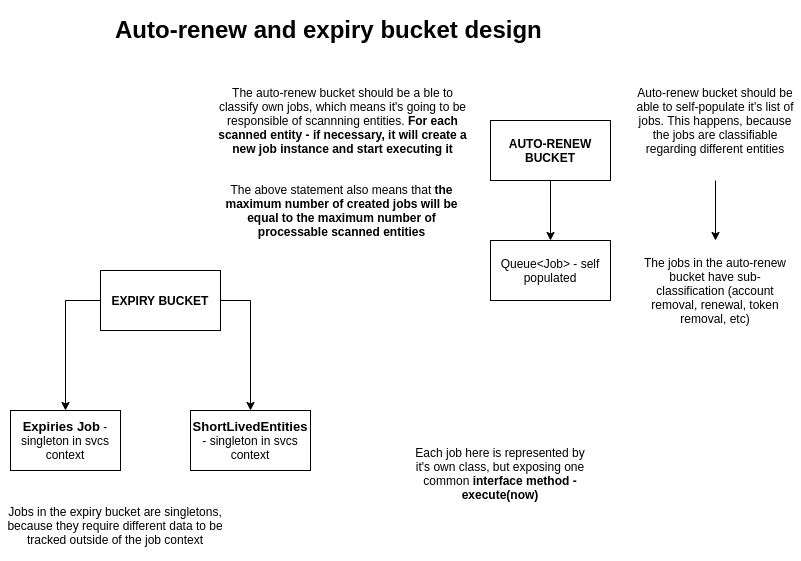
The draw.io diagram docs/expiry-and-auto-renewal/images/buckets_design.png in hashgraph/hedera-services, before a commit. Source tidied: cells renumbered, new cells last; positions are measured from the earlier drawing's top-left corner, leaving out a move shared by most shapes. The source it was exported from:
```xml
<mxGraphModel background="#ffffff">
  <root>
    <mxCell id="0" />
    <mxCell id="1" parent="0" />
    <mxCell id="2" value="&lt;h1&gt;Auto-renew and expiry bucket design&lt;/h1&gt;" style="text;html=1;strokeColor=none;fillColor=none;spacing=5;spacingTop=-20;whiteSpace=wrap;overflow=hidden;rounded=0;" parent="1" vertex="1">
      <mxGeometry x="110" width="490" height="40" as="geometry" />
    </mxCell>
    <mxCell id="3" style="edgeStyle=orthogonalEdgeStyle;rounded=0;jettySize=auto;html=1;exitX=0;exitY=0.5;exitDx=0;exitDy=0;" parent="1" edge="1" source="5" target="6">
      <mxGeometry relative="1" as="geometry" />
    </mxCell>
    <mxCell id="4" style="edgeStyle=orthogonalEdgeStyle;rounded=0;jettySize=auto;html=1;exitX=1;exitY=0.5;exitDx=0;exitDy=0;" parent="1" edge="1" source="5" target="7">
      <mxGeometry relative="1" as="geometry" />
    </mxCell>
    <mxCell id="5" value="&lt;b&gt;EXPIRY BUCKET&lt;/b&gt;" style="rounded=0;whiteSpace=wrap;html=1;" parent="1" vertex="1">
      <mxGeometry x="100" y="260" width="120" height="60" as="geometry" />
    </mxCell>
    <mxCell id="6" value="&lt;font style=&quot;font-size: 13px&quot;&gt;&lt;b&gt;Expiries Job&lt;/b&gt;&lt;/font&gt; - singleton in svcs context" style="rounded=0;whiteSpace=wrap;html=1;" parent="1" vertex="1">
      <mxGeometry x="10" y="400" width="110" height="60" as="geometry" />
    </mxCell>
    <mxCell id="7" value="&lt;b&gt;&lt;font style=&quot;font-size: 13px&quot;&gt;ShortLivedEntities&lt;/font&gt;&lt;/b&gt; - singleton in svcs context" style="whiteSpace=wrap;html=1;rounded=0;" parent="1" vertex="1">
      <mxGeometry x="190" y="400" width="120" height="60" as="geometry" />
    </mxCell>
    <mxCell id="8" style="edgeStyle=orthogonalEdgeStyle;rounded=0;jettySize=auto;html=1;" parent="1" edge="1" source="9" target="10">
      <mxGeometry relative="1" as="geometry" />
    </mxCell>
    <mxCell id="9" value="&lt;b&gt;AUTO-RENEW BUCKET&lt;/b&gt;" style="rounded=0;whiteSpace=wrap;html=1;" parent="1" vertex="1">
      <mxGeometry x="490" y="110" width="120" height="60" as="geometry" />
    </mxCell>
    <mxCell id="10" value="Queue&amp;lt;Job&amp;gt; - self populated" style="rounded=0;whiteSpace=wrap;html=1;" parent="1" vertex="1">
      <mxGeometry x="490" y="230" width="120" height="60" as="geometry" />
    </mxCell>
    <mxCell id="11" value="The jobs in the auto-renew bucket have sub-classification (account removal, renewal, token removal, etc)" style="text;html=1;strokeColor=none;fillColor=none;align=center;verticalAlign=middle;whiteSpace=wrap;rounded=0;" parent="1" vertex="1">
      <mxGeometry x="640" y="230" width="150" height="100" as="geometry" />
    </mxCell>
    <mxCell id="12" style="edgeStyle=orthogonalEdgeStyle;rounded=0;jettySize=auto;html=1;" parent="1" edge="1" source="13" target="11">
      <mxGeometry relative="1" as="geometry" />
    </mxCell>
    <mxCell id="13" value="Auto-renew bucket should be able to self-populate it's list of jobs. This happens, because the jobs are classifiable regarding different entities" style="text;html=1;strokeColor=none;fillColor=none;align=center;verticalAlign=middle;whiteSpace=wrap;rounded=0;" parent="1" vertex="1">
      <mxGeometry x="630" y="50" width="170" height="120" as="geometry" />
    </mxCell>
    <mxCell id="14" value="The auto-renew bucket should be a ble to classify own jobs, which means it's going to be responsible of scannning entities. &lt;b&gt;For each scanned entity - if necessary, it will create a new job instance and start executing it&lt;/b&gt;" style="text;html=1;strokeColor=none;fillColor=none;align=center;verticalAlign=middle;whiteSpace=wrap;rounded=0;" parent="1" vertex="1">
      <mxGeometry x="210" y="70" width="265" height="80" as="geometry" />
    </mxCell>
    <mxCell id="15" value="Jobs in the expiry bucket are singletons, because they require different data to be tracked outside of the job context" style="text;html=1;strokeColor=none;fillColor=none;align=center;verticalAlign=middle;whiteSpace=wrap;rounded=0;" parent="1" vertex="1">
      <mxGeometry y="480" width="230" height="70" as="geometry" />
    </mxCell>
    <mxCell id="16" value="Each job here is represented by it's own class, but exposing one common &lt;b&gt;interface method - еxecute(now)&lt;/b&gt;" style="text;html=1;strokeColor=none;fillColor=none;align=center;verticalAlign=middle;whiteSpace=wrap;rounded=0;" parent="1" vertex="1">
      <mxGeometry x="410" y="400" width="180" height="125" as="geometry" />
    </mxCell>
    <mxCell id="17" value="The above statement also means that &lt;b&gt;the maximum number of created jobs will be equal to the maximum number of processable scanned entities&lt;/b&gt;" style="text;html=1;strokeColor=none;fillColor=none;align=center;verticalAlign=middle;whiteSpace=wrap;rounded=0;" parent="1" vertex="1">
      <mxGeometry x="210" y="170" width="262.5" height="60" as="geometry" />
    </mxCell>
  </root>
</mxGraphModel>
```
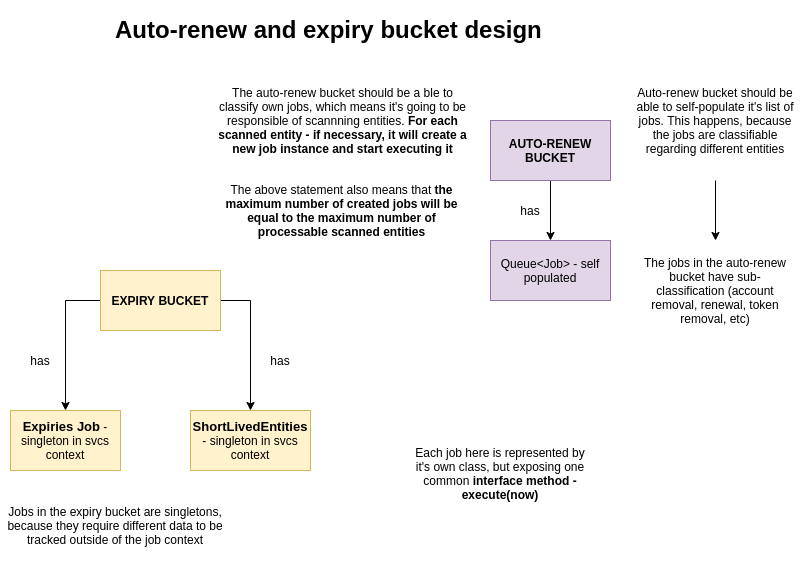
The same file after the commit.

What changed in the source:
```diff
@@ -11,22 +11,22 @@
     <mxCell id="4" style="edgeStyle=orthogonalEdgeStyle;rounded=0;jettySize=auto;html=1;exitX=1;exitY=0.5;exitDx=0;exitDy=0;" parent="1" edge="1" source="5" target="7">
       <mxGeometry relative="1" as="geometry" />
     </mxCell>
-    <mxCell id="5" value="&lt;b&gt;EXPIRY BUCKET&lt;/b&gt;" style="rounded=0;whiteSpace=wrap;html=1;" parent="1" vertex="1">
+    <mxCell id="5" value="&lt;b&gt;EXPIRY BUCKET&lt;/b&gt;" style="rounded=0;whiteSpace=wrap;html=1;fillColor=#fff2cc;strokeColor=#d6b656;" parent="1" vertex="1">
       <mxGeometry x="100" y="260" width="120" height="60" as="geometry" />
     </mxCell>
-    <mxCell id="6" value="&lt;font style=&quot;font-size: 13px&quot;&gt;&lt;b&gt;Expiries Job&lt;/b&gt;&lt;/font&gt; - singleton in svcs context" style="rounded=0;whiteSpace=wrap;html=1;" parent="1" vertex="1">
+    <mxCell id="6" value="&lt;font style=&quot;font-size: 13px&quot;&gt;&lt;b&gt;Expiries Job&lt;/b&gt;&lt;/font&gt; - singleton in svcs context" style="rounded=0;whiteSpace=wrap;html=1;fillColor=#fff2cc;strokeColor=#d6b656;" parent="1" vertex="1">
       <mxGeometry x="10" y="400" width="110" height="60" as="geometry" />
     </mxCell>
-    <mxCell id="7" value="&lt;b&gt;&lt;font style=&quot;font-size: 13px&quot;&gt;ShortLivedEntities&lt;/font&gt;&lt;/b&gt; - singleton in svcs context" style="whiteSpace=wrap;html=1;rounded=0;" parent="1" vertex="1">
+    <mxCell id="7" value="&lt;b&gt;&lt;font style=&quot;font-size: 13px&quot;&gt;ShortLivedEntities&lt;/font&gt;&lt;/b&gt; - singleton in svcs context" style="whiteSpace=wrap;html=1;rounded=0;fillColor=#fff2cc;strokeColor=#d6b656;" parent="1" vertex="1">
       <mxGeometry x="190" y="400" width="120" height="60" as="geometry" />
     </mxCell>
     <mxCell id="8" style="edgeStyle=orthogonalEdgeStyle;rounded=0;jettySize=auto;html=1;" parent="1" edge="1" source="9" target="10">
       <mxGeometry relative="1" as="geometry" />
     </mxCell>
-    <mxCell id="9" value="&lt;b&gt;AUTO-RENEW BUCKET&lt;/b&gt;" style="rounded=0;whiteSpace=wrap;html=1;" parent="1" vertex="1">
+    <mxCell id="9" value="&lt;b&gt;AUTO-RENEW BUCKET&lt;/b&gt;" style="rounded=0;whiteSpace=wrap;html=1;fillColor=#e1d5e7;strokeColor=#9673a6;" parent="1" vertex="1">
       <mxGeometry x="490" y="110" width="120" height="60" as="geometry" />
     </mxCell>
-    <mxCell id="10" value="Queue&amp;lt;Job&amp;gt; - self populated" style="rounded=0;whiteSpace=wrap;html=1;" parent="1" vertex="1">
+    <mxCell id="10" value="Queue&amp;lt;Job&amp;gt; - self populated" style="rounded=0;whiteSpace=wrap;html=1;fillColor=#e1d5e7;strokeColor=#9673a6;" parent="1" vertex="1">
       <mxGeometry x="490" y="230" width="120" height="60" as="geometry" />
     </mxCell>
     <mxCell id="11" value="The jobs in the auto-renew bucket have sub-classification (account removal, renewal, token removal, etc)" style="text;html=1;strokeColor=none;fillColor=none;align=center;verticalAlign=middle;whiteSpace=wrap;rounded=0;" parent="1" vertex="1">
@@ -50,5 +50,14 @@
     <mxCell id="17" value="The above statement also means that &lt;b&gt;the maximum number of created jobs will be equal to the maximum number of processable scanned entities&lt;/b&gt;" style="text;html=1;strokeColor=none;fillColor=none;align=center;verticalAlign=middle;whiteSpace=wrap;rounded=0;" parent="1" vertex="1">
       <mxGeometry x="210" y="170" width="262.5" height="60" as="geometry" />
     </mxCell>
+    <mxCell id="18" value="has" style="text;html=1;strokeColor=none;fillColor=none;align=center;verticalAlign=middle;whiteSpace=wrap;rounded=0;" parent="1" vertex="1">
+      <mxGeometry x="260" y="340" width="40" height="20" as="geometry" />
+    </mxCell>
+    <mxCell id="19" value="has" style="text;html=1;strokeColor=none;fillColor=none;align=center;verticalAlign=middle;whiteSpace=wrap;rounded=0;" parent="1" vertex="1">
+      <mxGeometry x="20" y="340" width="40" height="20" as="geometry" />
+    </mxCell>
+    <mxCell id="20" value="has" style="text;html=1;strokeColor=none;fillColor=none;align=center;verticalAlign=middle;whiteSpace=wrap;rounded=0;" parent="1" vertex="1">
+      <mxGeometry x="510" y="190" width="40" height="20" as="geometry" />
+    </mxCell>
   </root>
 </mxGraphModel>
```
